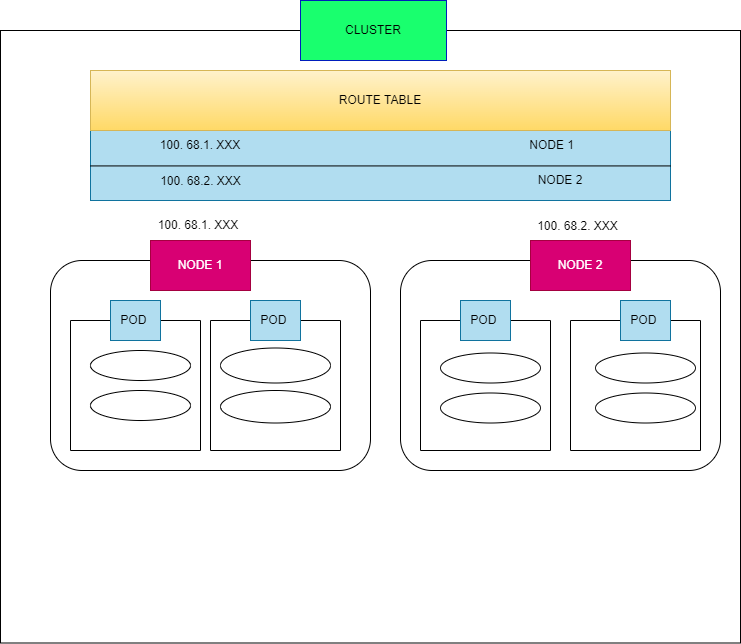
Before: Page_images/P2p _different_node.png, a diagram exported from draw.io (dikshita-git/RP_Study-on-Ingress-and-its-security-IPv4-IPv6-). Source tidied: cells renumbered, new cells last; positions are measured from the earlier drawing's top-left corner, leaving out a move shared by most shapes.
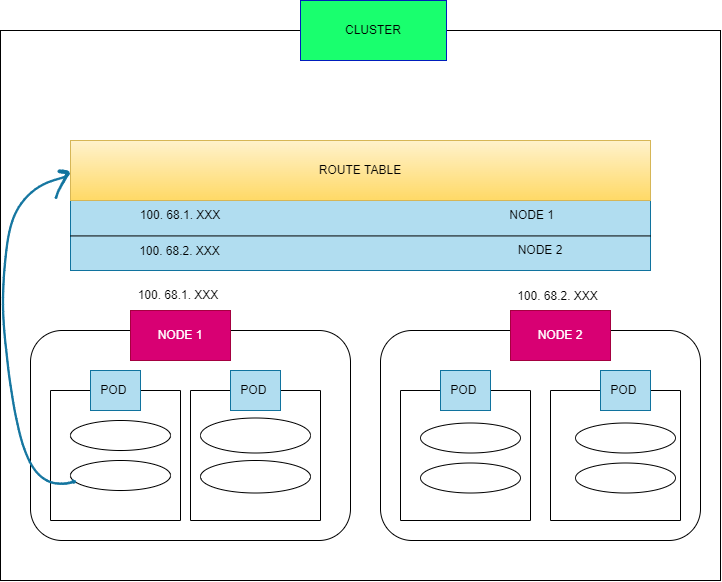
Later version of the same file.

Change to the diagram source:
```diff
@@ -3,10 +3,10 @@
     <mxCell id="0" />
     <mxCell id="1" parent="0" />
     <mxCell id="2" style="rounded=0;whiteSpace=wrap;html=1;" parent="1" vertex="1">
-      <mxGeometry y="30" width="740" height="612.5" as="geometry" />
+      <mxGeometry x="20" y="-40" width="720" height="550" as="geometry" />
     </mxCell>
     <mxCell id="3" value="&lt;font color=&quot;#000000&quot;&gt;CLUSTER&lt;/font&gt;" style="text;html=1;strokeColor=#001DBC;fillColor=#19FF6E;align=center;verticalAlign=middle;whiteSpace=wrap;rounded=0;fontColor=#ffffff;" parent="1" vertex="1">
-      <mxGeometry x="300" width="146" height="60" as="geometry" />
+      <mxGeometry x="320" y="-70" width="146" height="60" as="geometry" />
     </mxCell>
     <mxCell id="4" style="rounded=1;whiteSpace=wrap;html=1;" parent="1" vertex="1">
       <mxGeometry x="50" y="260" width="320" height="210" as="geometry" />
@@ -104,5 +104,11 @@
     <mxCell id="33" value="NODE 2" style="text;html=1;strokeColor=none;fillColor=none;align=center;verticalAlign=middle;whiteSpace=wrap;rounded=0;fontFamily=Helvetica;fontSize=12;fontColor=default;" parent="1" vertex="1">
       <mxGeometry x="530" y="165" width="60" height="30" as="geometry" />
     </mxCell>
+    <mxCell id="34" style="shape=(stored shape, 640 characters);lineShape=1;rounded=1;fontFamily=Helvetica;fontSize=12;fontColor=default;strokeColor=#10739e;fillColor=#b1ddf0;html=1;" parent="1" vertex="1">
+      <mxGeometry x="91.5" y="409.1" width="3.4" height="3.4" as="geometry" />
+    </mxCell>
+    <mxCell id="35" style="shape=(stored shape, 2496 characters);lineShape=1;rounded=1;fontFamily=Helvetica;fontSize=12;fontColor=default;strokeColor=#10739e;fillColor=#b1ddf0;html=1;" parent="1" vertex="1">
+      <mxGeometry x="21.9" y="99.5" width="73.4" height="314.4" as="geometry" />
+    </mxCell>
   </root>
 </mxGraphModel>
```
